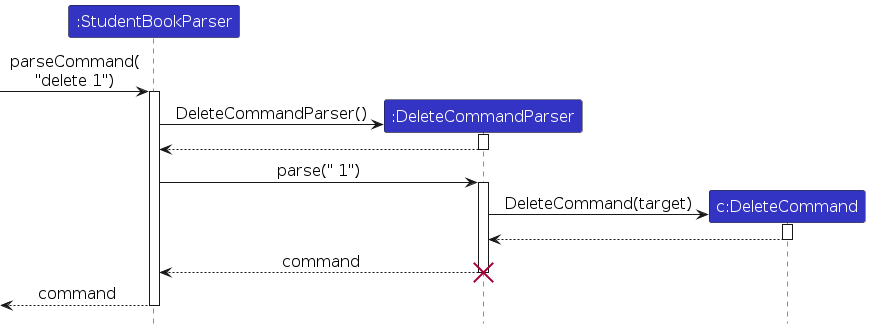
The PlantUML diagram diagrams/DeleteSequenceDiagram.png in AY2627S1-CS2103T-T16-1/tp, before a commit. Its source is kept beside it as diagrams/DeleteSequenceDiagram.puml.
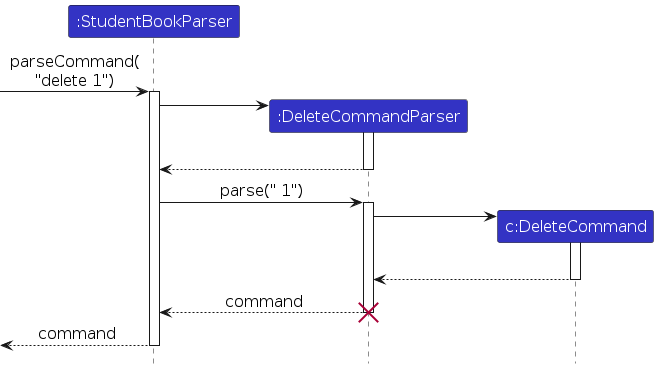
After the change.

What changed in the source:
```diff
@@ -10,15 +10,17 @@
 [-> dispatcher : parseCommand(\n"delete 1")
 activate dispatcher
 create parser
-dispatcher -> parser : DeleteCommandParser()
+dispatcher -> parser
 activate parser
+||20||
 parser --> dispatcher
 deactivate parser
 dispatcher -> parser : parse(" 1")
 activate parser
 create command
-parser -> command : DeleteCommand(target)
+parser -> command
 activate command
+||20||
 command --> parser
 deactivate command
 parser --> dispatcher : command
```
